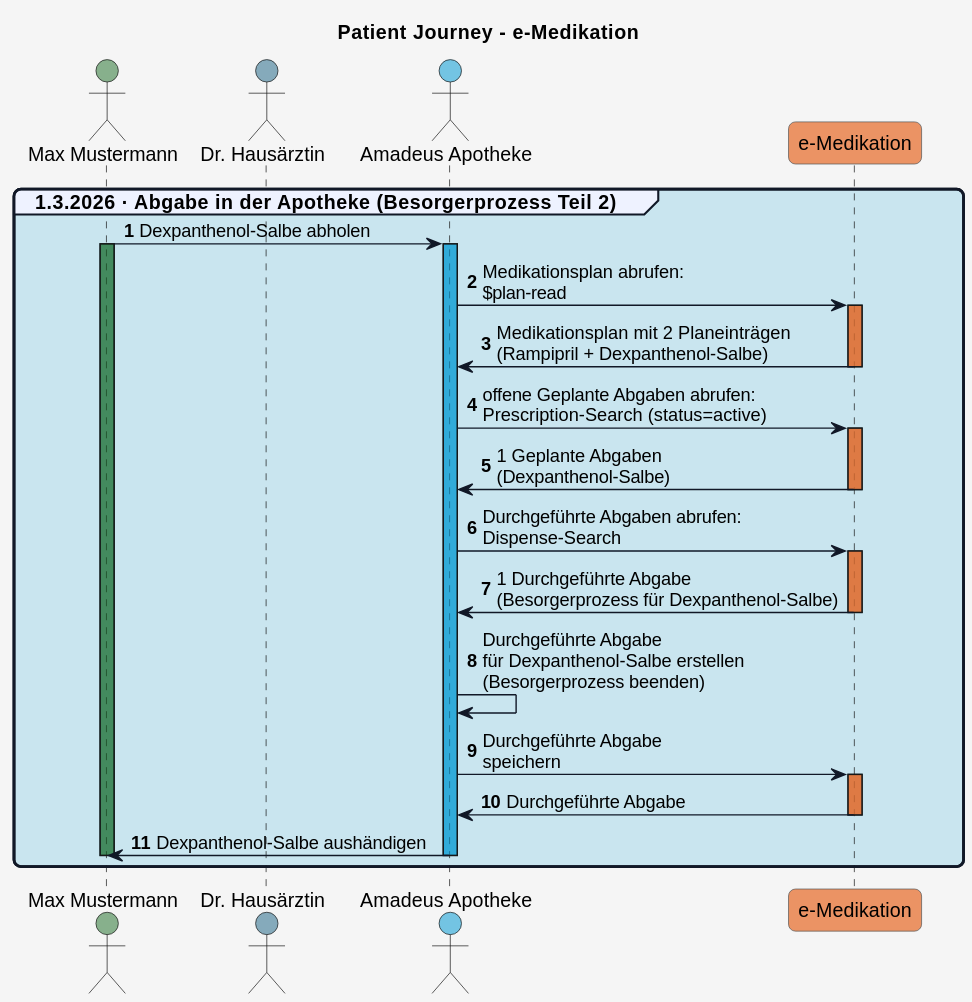
HL7Austria/hl7austria.github.io keeps this PlantUML diagram as r4-ELGA-e-Medikation-main/plantuml/patient_journey_05.svg. Above is the earlier version.
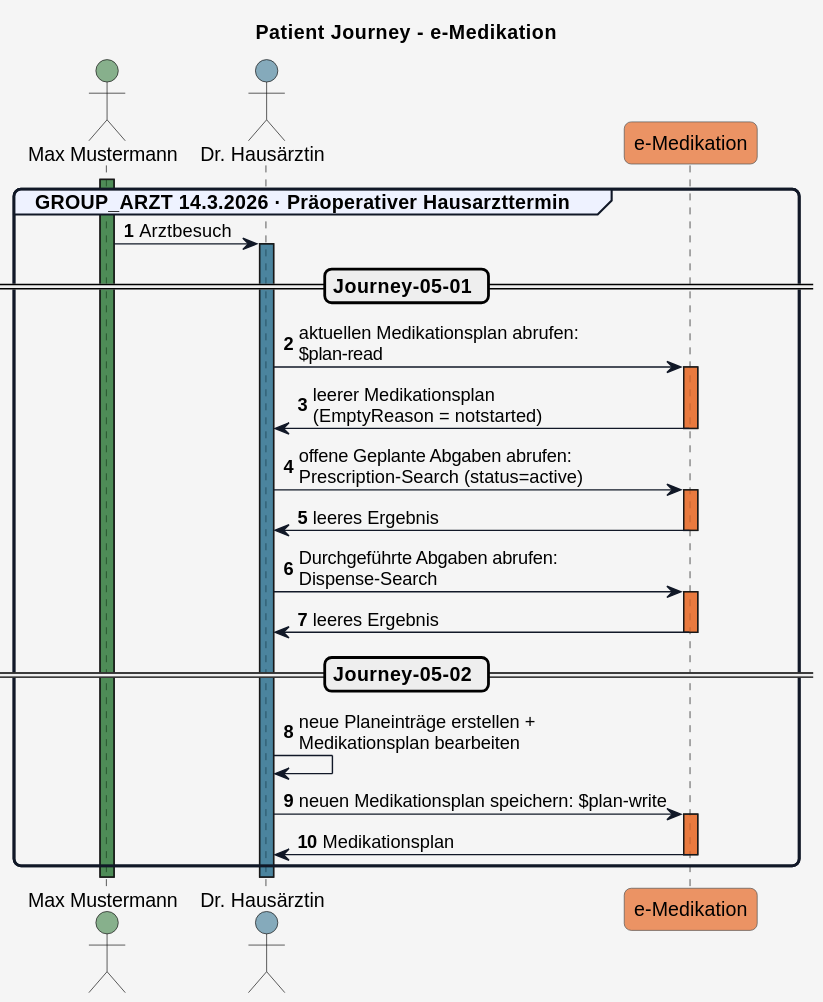
After the change.

Change to the diagram source:
```diff
@@ -52,43 +52,41 @@
 
 actor Patient as "Max Mustermann" COLOR_PATIENT
 actor Arzt_1 as "Dr. Hausärztin" COLOR_GDA_1
-actor Apotheke as "Amadeus Apotheke" COLOR_APO
 participant eMed_FA as "e-Medikation" COLOR_EMED_FA
 
-!define GROUP_ARZT          #96607D30
-!define GROUP_APO           #0F9ED530
-!define GROUP_KH           #beaf3c30
-!define GROUP_PAT           #196B2430
+
 
 autonumber
 
+group GROUP_ARZT 14.3.2026 · Präoperativer Hausarzttermin
 
-group GROUP_APO 1.3.2026 · Abgabe in der Apotheke (Besorgerprozess Teil 2)
+  activate Patient COLOR_PATIENT
+  Patient -> Arzt_1: Arztbesuch
+  activate Arzt_1 COLOR_GDA_1
 
-  Patient -> Apotheke: Dexpanthenol-Salbe abholen
-  activate Patient COLOR_PATIENT
-  activate Apotheke COLOR_APO
-  Apotheke -> eMed_FA: Medikationsplan abrufen:\n$plan-read
+  == Journey-05-01 ==
+
+  Arzt_1 -> eMed_FA: aktuellen Medikationsplan abrufen:\n$plan-read
   activate eMed_FA COLOR_EMED_FA
-  eMed_FA -> Apotheke: Medikationsplan mit 2 Planeinträgen\n(Rampipril + Dexpanthenol-Salbe)
+  eMed_FA -> Arzt_1: leerer Medikationsplan\n(EmptyReason = notstarted)
   deactivate eMed_FA
-  Apotheke -> eMed_FA: offene Geplante Abgaben abrufen:\nPrescription-Search (status=active)
+  Arzt_1 -> eMed_FA: offene Geplante Abgaben abrufen:\nPrescription-Search (status=active)
   activate eMed_FA COLOR_EMED_FA
-  eMed_FA -> Apotheke: 1 Geplante Abgaben\n(Dexpanthenol-Salbe)
+  eMed_FA -> Arzt_1: leeres Ergebnis
   deactivate eMed_FA
-  Apotheke -> eMed_FA: Durchgeführte Abgaben abrufen:\nDispense-Search
+  Arzt_1 -> eMed_FA: Durchgeführte Abgaben abrufen:\nDispense-Search
   activate eMed_FA COLOR_EMED_FA
-  eMed_FA -> Apotheke: 1 Durchgeführte Abgabe\n(Besorgerprozess für Dexpanthenol-Salbe)
+  eMed_FA -> Arzt_1: leeres Ergebnis
   deactivate eMed_FA
 
-  Apotheke -> Apotheke: Durchgeführte Abgabe\nfür Dexpanthenol-Salbe erstellen\n(Besorgerprozess beenden)
-  Apotheke -> eMed_FA: Durchgeführte Abgabe\nspeichern
+  == Journey-05-02 ==
+
+  Arzt_1 -> Arzt_1: neue Planeinträge erstellen +\nMedikationsplan bearbeiten
+  Arzt_1 -> eMed_FA: neuen Medikationsplan speichern: $plan-write
   activate eMed_FA COLOR_EMED_FA
-  eMed_FA -> Apotheke: Durchgeführte Abgabe
+  eMed_FA -> Arzt_1: Medikationsplan
   deactivate eMed_FA
-  Apotheke -> Patient: Dexpanthenol-Salbe aushändigen
-  deactivate Apotheke
-  deactivate Patient
+
 
 end
 @enduml
```
